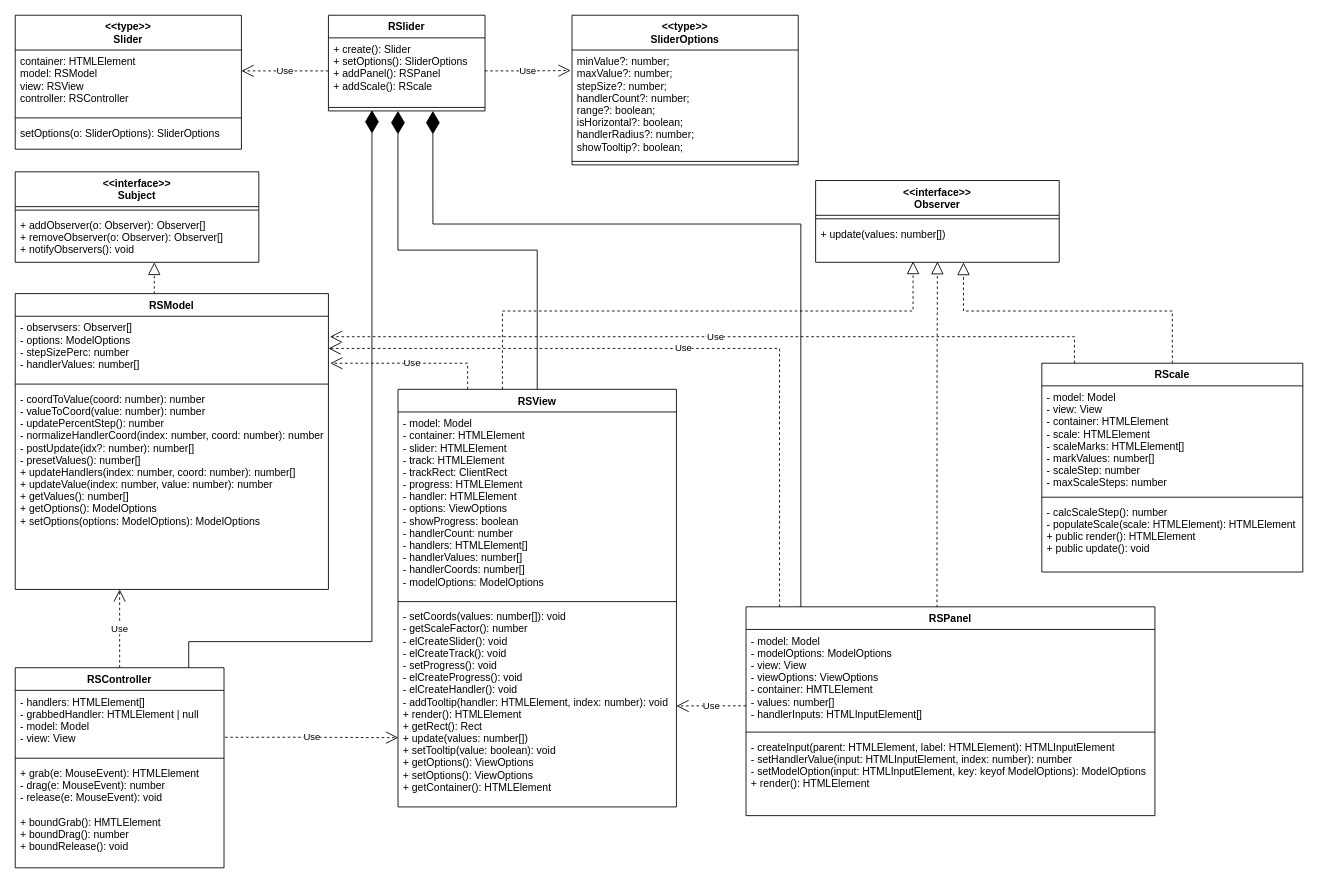
The draw.io diagram fsd4uml.drawio in rsilivestr/FSD4thTask, before the edit. Source tidied: cells renumbered, new cells numbered last; positions are measured from the earlier drawing's top-left corner, leaving out a move shared by most shapes. Both pictures are drawn from the tidied source at 87%, with x=0, y=0 at pixel (15, 15).
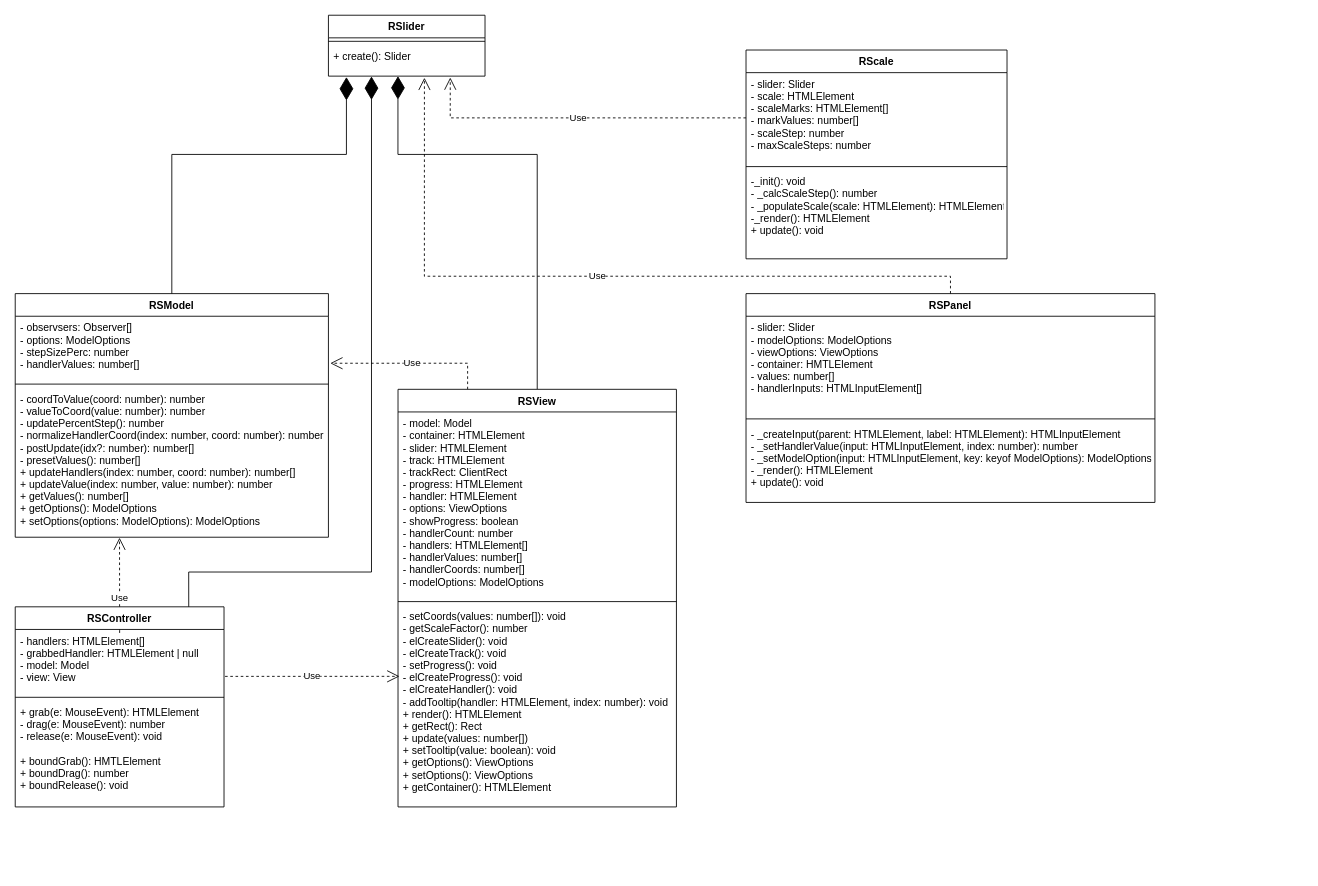
The same diagram, later.

The change refers to these unchanged cells:
```xml
<mxCell id="28" value="- observsers: Observer[]&#10;- options: ModelOptions&#10;- stepSizePerc: number&#10;- handlerValues: number[]" style="text;strokeColor=none;fillColor=none;align=left;verticalAlign=top;spacingLeft=4;spacingRight=4;overflow=hidden;points=[[0,0.5],[1,0.5]];portConstraint=eastwest;" parent="27" vertex="1">
  <mxGeometry y="26" width="360" height="74" as="geometry" />
</mxCell>
<mxCell id="37" value="RSView" style="swimlane;fontStyle=1;align=center;verticalAlign=top;horizontal=1;startSize=26;swimlaneLine=1;glass=0;shadow=0;sketch=0;rounded=0;" parent="1" vertex="1">
  <mxGeometry x="440" y="430" width="320" height="480" as="geometry" />
</mxCell>
<mxCell id="40" value="- setCoords(values: number[]): void&#10;- getScaleFactor(): number&#10;- elCreateSlider(): void&#10;- elCreateTrack(): void&#10;- setProgress(): void&#10;- elCreateProgress(): void&#10;- elCreateHandler(): void&#10;- addTooltip(handler: HTMLElement, index: number): void&#10;+ render(): HTMLElement&#10;+ getRect(): Rect&#10;+ update(values: number[])&#10;+ setTooltip(value: boolean): void&#10;+ getOptions(): ViewOptions&#10;+ setOptions(): ViewOptions&#10;+ getContainer(): HTMLElement&#10;&#10;" style="text;strokeColor=none;fillColor=none;align=left;verticalAlign=top;spacingLeft=4;spacingRight=4;overflow=hidden;points=[[0,0.5],[1,0.5]];portConstraint=eastwest;" parent="37" vertex="1">
  <mxGeometry y="248" width="320" height="232" as="geometry" />
</mxCell>
<mxCell id="42" value="- handlers: HTMLElement[]&#10;- grabbedHandler: HTMLElement | null&#10;- model: Model&#10;- view: View&#10;" style="text;strokeColor=none;fillColor=none;align=left;verticalAlign=top;spacingLeft=4;spacingRight=4;overflow=hidden;points=[[0,0.5],[1,0.5]];portConstraint=eastwest;" parent="41" vertex="1">
  <mxGeometry y="26" width="240" height="74" as="geometry" />
</mxCell>
```

Diff of the diagram source:
```diff
@@
-    <mxCell id="2" style="endArrow=block;dashed=1;endFill=0;endSize=12;html=1;entryX=0.571;entryY=1;entryDx=0;entryDy=0;exitX=0.444;exitY=0.001;exitDx=0;exitDy=0;entryPerimeter=0;exitPerimeter=0;rounded=0;edgeStyle=orthogonalEdgeStyle;" parent="1" edge="1" source="27" target="36">
-      <mxGeometry relative="1" as="geometry">
-        <Array as="points">
-          <mxPoint x="160" y="300" />
-          <mxPoint x="160" y="300" />
-        </Array>
-      </mxGeometry>
-    </mxCell>
-    <mxCell id="3" style="endArrow=block;dashed=1;endFill=0;endSize=12;html=1;exitX=0.5;exitY=0;exitDx=0;exitDy=0;entryX=0.4;entryY=0.978;entryDx=0;entryDy=0;rounded=0;edgeStyle=orthogonalEdgeStyle;entryPerimeter=0;" parent="1" edge="1" source="37" target="33">
-      <mxGeometry relative="1" as="geometry">
-        <Array as="points">
-          <mxPoint x="600" y="440" />
-          <mxPoint x="560" y="440" />
-          <mxPoint x="560" y="340" />
-          <mxPoint x="1032" y="340" />
-        </Array>
-      </mxGeometry>
-    </mxCell>
-    <mxCell id="4" style="endArrow=block;dashed=1;endFill=0;endSize=12;html=1;edgeStyle=orthogonalEdgeStyle;rounded=0;exitX=0.467;exitY=0.003;exitDx=0;exitDy=0;entryX=0.5;entryY=0.983;entryDx=0;entryDy=0;entryPerimeter=0;exitPerimeter=0;" parent="1" edge="1" source="45" target="33">
-      <mxGeometry relative="1" as="geometry">
-        <Array as="points">
-          <mxPoint x="1059" y="440" />
-        </Array>
-      </mxGeometry>
-    </mxCell>
-    <mxCell id="5" style="endArrow=block;dashed=1;endFill=0;endSize=12;html=1;exitX=0.5;exitY=0;exitDx=0;exitDy=0;rounded=0;edgeStyle=orthogonalEdgeStyle;entryX=0.607;entryY=1.004;entryDx=0;entryDy=0;entryPerimeter=0;" parent="1" edge="1" source="49" target="33">
-      <mxGeometry relative="1" as="geometry">
-        <Array as="points">
-          <mxPoint x="1330" y="340" />
-          <mxPoint x="1090" y="340" />
-        </Array>
-      </mxGeometry>
-    </mxCell>
-    <mxCell id="6" value="Use" style="endArrow=open;endSize=12;dashed=1;html=1;exitX=0.5;exitY=0;exitDx=0;exitDy=0;rounded=0;edgeStyle=orthogonalEdgeStyle;" parent="1" edge="1" source="41">
+    <mxCell id="6" value="Use" style="endArrow=open;endSize=12;dashed=1;html=1;exitX=0.5;exitY=0;exitDx=0;exitDy=0;rounded=0;edgeStyle=orthogonalEdgeStyle;entryX=0.333;entryY=1.003;entryDx=0;entryDy=0;entryPerimeter=0;" parent="1" edge="1" source="41" target="30">
       <mxGeometry relative="1" as="geometry">
-        <mxPoint x="120" y="660" as="targetPoint" />
         <Array as="points">
-          <mxPoint x="120" y="660" />
+          <mxPoint x="120" y="710" />
         </Array>
       </mxGeometry>
     </mxCell>
-    <mxCell id="7" value="Use" style="endArrow=open;endSize=12;dashed=1;html=1;edgeStyle=orthogonalEdgeStyle;rounded=0;exitX=1.005;exitY=0.729;exitDx=0;exitDy=0;exitPerimeter=0;entryX=0.001;entryY=0.657;entryDx=0;entryDy=0;entryPerimeter=0;" parent="1" edge="1" source="42" target="40">
+    <mxCell id="7" value="Use" style="endArrow=open;endSize=12;dashed=1;html=1;edgeStyle=orthogonalEdgeStyle;rounded=0;exitX=1.005;exitY=0.729;exitDx=0;exitDy=0;exitPerimeter=0;entryX=0.005;entryY=0.353;entryDx=0;entryDy=0;entryPerimeter=0;" parent="1" edge="1" source="42" target="40">
       <mxGeometry relative="1" as="geometry" />
     </mxCell>
@@
-    <mxCell id="9" value="Use" style="endArrow=open;endSize=12;dashed=1;html=1;exitX=0;exitY=0.77;exitDx=0;exitDy=0;edgeStyle=orthogonalEdgeStyle;rounded=0;exitPerimeter=0;entryX=1;entryY=0.5;entryDx=0;entryDy=0;" parent="1" edge="1" source="46" target="40">
-      <mxGeometry relative="1" as="geometry" />
-    </mxCell>
-    <mxCell id="10" value="Use" style="endArrow=open;endSize=12;dashed=1;html=1;entryX=-0.006;entryY=0.19;entryDx=0;entryDy=0;entryPerimeter=0;exitX=1;exitY=0.5;exitDx=0;exitDy=0;rounded=0;edgeStyle=orthogonalEdgeStyle;" parent="1" edge="1" source="25" target="22">
-      <mxGeometry relative="1" as="geometry" />
-    </mxCell>
-    <mxCell id="11" value="Use" style="endArrow=open;endSize=12;dashed=1;html=1;entryX=1;entryY=0.324;entryDx=0;entryDy=0;exitX=0;exitY=0.5;exitDx=0;exitDy=0;rounded=0;edgeStyle=orthogonalEdgeStyle;entryPerimeter=0;" parent="1" edge="1" source="25" target="18">
-      <mxGeometry relative="1" as="geometry" />
-    </mxCell>
-    <mxCell id="12" value="Use" style="endArrow=open;endSize=12;dashed=1;html=1;exitX=0.125;exitY=0;exitDx=0;exitDy=0;edgeStyle=orthogonalEdgeStyle;rounded=0;entryX=1.005;entryY=0.318;entryDx=0;entryDy=0;entryPerimeter=0;exitPerimeter=0;" parent="1" edge="1" source="49" target="28">
-      <mxGeometry relative="1" as="geometry" />
-    </mxCell>
-    <mxCell id="13" value="Use" style="endArrow=open;endSize=12;dashed=1;html=1;exitX=0.082;exitY=0.001;exitDx=0;exitDy=0;edgeStyle=orthogonalEdgeStyle;rounded=0;exitPerimeter=0;entryX=1;entryY=0.5;entryDx=0;entryDy=0;" parent="1" edge="1" source="45" target="28">
-      <mxGeometry relative="1" as="geometry">
-        <Array as="points">
-          <mxPoint x="879" y="383" />
-        </Array>
-      </mxGeometry>
-    </mxCell>
-    <mxCell id="14" style="endArrow=diamondThin;endFill=1;endSize=24;html=1;exitX=0.831;exitY=0.004;exitDx=0;exitDy=0;exitPerimeter=0;rounded=0;edgeStyle=orthogonalEdgeStyle;entryX=0.278;entryY=0.875;entryDx=0;entryDy=0;entryPerimeter=0;" parent="1" edge="1" source="41" target="26">
+    <mxCell id="14" style="endArrow=diamondThin;endFill=1;endSize=24;html=1;exitX=0.831;exitY=0.004;exitDx=0;exitDy=0;exitPerimeter=0;rounded=0;edgeStyle=orthogonalEdgeStyle;entryX=0.275;entryY=1.009;entryDx=0;entryDy=0;entryPerimeter=0;" parent="1" edge="1" source="41" target="25">
       <mxGeometry relative="1" as="geometry">
         <Array as="points">
-          <mxPoint x="199" y="720" />
-          <mxPoint x="410" y="720" />
+          <mxPoint x="199" y="640" />
+          <mxPoint x="410" y="640" />
         </Array>
       </mxGeometry>
     </mxCell>
-    <mxCell id="15" style="endArrow=diamondThin;endFill=1;endSize=24;html=1;exitX=0.5;exitY=0;exitDx=0;exitDy=0;edgeStyle=orthogonalEdgeStyle;rounded=0;entryX=0.444;entryY=1;entryDx=0;entryDy=0;entryPerimeter=0;" parent="1" edge="1" source="37" target="26">
-      <mxGeometry relative="1" as="geometry" />
+    <mxCell id="15" style="endArrow=diamondThin;endFill=1;endSize=24;html=1;exitX=0.5;exitY=0;exitDx=0;exitDy=0;edgeStyle=orthogonalEdgeStyle;rounded=0;entryX=0.444;entryY=1;entryDx=0;entryDy=0;entryPerimeter=0;" parent="1" edge="1" source="37" target="25">
+      <mxGeometry relative="1" as="geometry">
+        <Array as="points">
+          <mxPoint x="600" y="160" />
+          <mxPoint x="440" y="160" />
+        </Array>
+      </mxGeometry>
     </mxCell>
-    <mxCell id="16" style="endArrow=diamondThin;endFill=1;endSize=24;html=1;exitX=0.131;exitY=-0.002;exitDx=0;exitDy=0;exitPerimeter=0;edgeStyle=orthogonalEdgeStyle;rounded=0;entryX=0.667;entryY=1;entryDx=0;entryDy=0;entryPerimeter=0;" parent="1" edge="1" source="45" target="26">
-      <mxGeometry relative="1" as="geometry">
-        <Array as="points">
-          <mxPoint x="903" y="240" />
-          <mxPoint x="480" y="240" />
-        </Array>
-      </mxGeometry>
-    </mxCell>
-    <mxCell id="17" value="&lt;&lt;type&gt;&gt;&#10;Slider" style="swimlane;fontStyle=1;align=center;verticalAlign=top;horizontal=1;startSize=40;swimlaneLine=1;glass=0;shadow=0;sketch=0;rounded=0;" parent="1" vertex="1">
-      <mxGeometry width="260" height="154" as="geometry" />
-    </mxCell>
-    <mxCell id="18" value="container: HTMLElement&#10;model: RSModel&#10;view: RSView&#10;controller: RSController" style="text;strokeColor=none;fillColor=none;align=left;verticalAlign=top;spacingLeft=4;spacingRight=4;overflow=hidden;points=[[0,0.5],[1,0.5]];portConstraint=eastwest;" parent="17" vertex="1">
-      <mxGeometry y="40" width="260" height="74" as="geometry" />
-    </mxCell>
-    <mxCell id="19" style="line;strokeWidth=1;fillColor=none;align=left;verticalAlign=middle;spacingTop=-1;spacingLeft=3;spacingRight=3;labelPosition=right;" parent="17" vertex="1">
-      <mxGeometry y="114" width="260" height="8" as="geometry" />
-    </mxCell>
-    <mxCell id="20" value="setOptions(o: SliderOptions): SliderOptions" style="text;strokeColor=none;fillColor=none;align=left;verticalAlign=top;spacingLeft=4;spacingRight=4;overflow=hidden;" parent="17" vertex="1">
-      <mxGeometry y="122" width="260" height="32" as="geometry" />
-    </mxCell>
-    <mxCell id="21" value="&lt;&lt;type&gt;&gt;&#10;SliderOptions" style="swimlane;fontStyle=1;align=center;verticalAlign=top;horizontal=1;startSize=40;swimlaneLine=1;glass=0;shadow=0;sketch=0;rounded=0;" parent="1" vertex="1">
-      <mxGeometry x="640" width="260" height="172" as="geometry" />
-    </mxCell>
-    <mxCell id="22" value="minValue?: number;&#10;maxValue?: number;&#10;stepSize?: number;&#10;handlerCount?: number;&#10;range?: boolean;&#10;isHorizontal?: boolean;&#10;handlerRadius?: number;&#10;showTooltip?: boolean;" style="text;strokeColor=none;fillColor=none;align=left;verticalAlign=top;spacingLeft=4;spacingRight=4;overflow=hidden;points=[[0,0.5],[1,0.5]];portConstraint=eastwest;" parent="21" vertex="1">
-      <mxGeometry y="40" width="260" height="124" as="geometry" />
-    </mxCell>
-    <mxCell id="23" style="line;strokeWidth=1;fillColor=none;align=left;verticalAlign=middle;spacingTop=-1;spacingLeft=3;spacingRight=3;labelPosition=right;" parent="21" vertex="1">
-      <mxGeometry y="164" width="260" height="8" as="geometry" />
-    </mxCell>
     <mxCell id="24" value="RSlider" style="swimlane;fontStyle=1;align=center;verticalAlign=top;horizontal=1;startSize=26;swimlaneLine=1;glass=0;shadow=0;sketch=0;rounded=0;" parent="1" vertex="1">
-      <mxGeometry x="360" width="180" height="110" as="geometry" />
+      <mxGeometry x="360" width="180" height="70" as="geometry" />
     </mxCell>
+    <mxCell id="26" style="line;strokeWidth=1;fillColor=none;align=left;verticalAlign=middle;spacingTop=-1;spacingLeft=3;spacingRight=3;labelPosition=right;points=[];portConstraint=eastwest;" parent="24" vertex="1">
+      <mxGeometry y="26" width="180" height="8" as="geometry" />
+    </mxCell>
-    <mxCell id="25" value="+ create(): Slider&#10;+ setOptions(): SliderOptions&#10;+ addPanel(): RSPanel&#10;+ addScale(): RScale" style="text;strokeColor=none;fillColor=none;align=left;verticalAlign=top;spacingLeft=4;spacingRight=4;overflow=hidden;points=[[0,0.5],[1,0.5]];portConstraint=eastwest;" parent="24" vertex="1">
-      <mxGeometry y="26" width="180" height="76" as="geometry" />
+    <mxCell id="25" value="+ create(): Slider" style="text;strokeColor=none;fillColor=none;align=left;verticalAlign=top;spacingLeft=4;spacingRight=4;overflow=hidden;points=[[0,0.5],[1,0.5]];portConstraint=eastwest;" parent="24" vertex="1">
+      <mxGeometry y="34" width="180" height="36" as="geometry" />
     </mxCell>
-    <mxCell id="26" style="line;strokeWidth=1;fillColor=none;align=left;verticalAlign=middle;spacingTop=-1;spacingLeft=3;spacingRight=3;labelPosition=right;points=[];portConstraint=eastwest;" parent="24" vertex="1">
-      <mxGeometry y="102" width="180" height="8" as="geometry" />
-    </mxCell>
     <mxCell id="27" value="RSModel" style="swimlane;fontStyle=1;align=center;verticalAlign=top;horizontal=1;startSize=26;swimlaneLine=1;glass=0;shadow=0;sketch=0;rounded=0;" parent="1" vertex="1">
-      <mxGeometry y="320" width="360" height="340" as="geometry" />
+      <mxGeometry y="320" width="360" height="280" as="geometry" />
     </mxCell>
@@
     <mxCell id="30" value="- coordToValue(coord: number): number&#10;- valueToCoord(value: number): number&#10;- updatePercentStep(): number&#10;- normalizeHandlerCoord(index: number, coord: number): number&#10;- postUpdate(idx?: number): number[]&#10;- presetValues(): number[]&#10;+ updateHandlers(index: number, coord: number): number[]&#10;+ updateValue(index: number, value: number): number&#10;+ getValues(): number[]&#10;+ getOptions(): ModelOptions&#10;+ setOptions(options: ModelOptions): ModelOptions&#10;&#10;" style="text;strokeColor=none;fillColor=none;align=left;verticalAlign=top;spacingLeft=4;spacingRight=4;overflow=hidden;points=[[0,0.5],[1,0.5]];portConstraint=eastwest;" parent="27" vertex="1">
-      <mxGeometry y="108" width="360" height="232" as="geometry" />
+      <mxGeometry y="108" width="360" height="172" as="geometry" />
     </mxCell>
-    <mxCell id="31" value="&lt;&lt;interface&gt;&gt;&#10;Observer" style="swimlane;fontStyle=1;align=center;verticalAlign=top;horizontal=1;startSize=40;swimlaneLine=1;glass=0;shadow=0;sketch=0;rounded=0;" parent="1" vertex="1">
-      <mxGeometry x="920" y="190" width="280" height="94" as="geometry" />
-    </mxCell>
-    <mxCell id="32" style="line;strokeWidth=1;fillColor=none;align=left;verticalAlign=middle;spacingTop=-1;spacingLeft=3;spacingRight=3;labelPosition=right;" parent="31" vertex="1">
-      <mxGeometry y="40" width="280" height="8" as="geometry" />
-    </mxCell>
-    <mxCell id="33" value="+ update(values: number[])" style="text;strokeColor=none;fillColor=none;align=left;verticalAlign=top;spacingLeft=4;spacingRight=4;overflow=hidden;points=[[0,0.5],[1,0.5]];portConstraint=eastwest;" parent="31" vertex="1">
-      <mxGeometry y="48" width="280" height="46" as="geometry" />
-    </mxCell>
-    <mxCell id="34" value="&lt;&lt;interface&gt;&gt;&#10;Subject" style="swimlane;fontStyle=1;align=center;verticalAlign=top;horizontal=1;startSize=40;swimlaneLine=1;glass=0;shadow=0;sketch=0;rounded=0;" parent="1" vertex="1">
-      <mxGeometry y="180" width="280" height="104" as="geometry" />
-    </mxCell>
-    <mxCell id="35" style="line;strokeWidth=1;fillColor=none;align=left;verticalAlign=middle;spacingTop=-1;spacingLeft=3;spacingRight=3;labelPosition=right;" parent="34" vertex="1">
-      <mxGeometry y="40" width="280" height="8" as="geometry" />
-    </mxCell>
-    <mxCell id="36" value="+ addObserver(o: Observer): Observer[]&#10;+ removeObserver(o: Observer): Observer[]&#10;+ notifyObservers(): void&#10;" style="text;strokeColor=none;fillColor=none;align=left;verticalAlign=top;spacingLeft=4;spacingRight=4;overflow=hidden;points=[[0,0.5],[1,0.5]];portConstraint=eastwest;" parent="34" vertex="1">
-      <mxGeometry y="48" width="280" height="56" as="geometry" />
-    </mxCell>
@@
     <mxCell id="41" value="RSController" style="swimlane;fontStyle=1;align=center;verticalAlign=top;horizontal=1;startSize=26;swimlaneLine=1;glass=0;shadow=0;sketch=0;rounded=0;" parent="1" vertex="1">
-      <mxGeometry y="750" width="240" height="230" as="geometry" />
+      <mxGeometry y="680" width="240" height="230" as="geometry" />
     </mxCell>
@@
     <mxCell id="45" value="RSPanel" style="swimlane;fontStyle=1;align=center;verticalAlign=top;horizontal=1;startSize=26;swimlaneLine=1;glass=0;shadow=0;sketch=0;rounded=0;" parent="1" vertex="1">
-      <mxGeometry x="840" y="680" width="470" height="240" as="geometry" />
+      <mxGeometry x="840" y="320" width="470" height="240" as="geometry" />
     </mxCell>
-    <mxCell id="46" value="- model: Model&#10;- modelOptions: ModelOptions&#10;- view: View&#10;- viewOptions: ViewOptions&#10;- container: HMTLElement&#10;- values: number[]&#10;- handlerInputs: HTMLInputElement[]&#10;" style="text;strokeColor=none;fillColor=none;align=left;verticalAlign=top;spacingLeft=4;spacingRight=4;overflow=hidden;points=[[0,0.5],[1,0.5]];portConstraint=eastwest;" parent="45" vertex="1">
+    <mxCell id="46" value="- slider: Slider&#10;- modelOptions: ModelOptions&#10;- viewOptions: ViewOptions&#10;- container: HMTLElement&#10;- values: number[]&#10;- handlerInputs: HTMLInputElement[]&#10;" style="text;strokeColor=none;fillColor=none;align=left;verticalAlign=top;spacingLeft=4;spacingRight=4;overflow=hidden;points=[[0,0.5],[1,0.5]];portConstraint=eastwest;" parent="45" vertex="1">
       <mxGeometry y="26" width="470" height="114" as="geometry" />
     </mxCell>
@@
-    <mxCell id="48" value="- createInput(parent: HTMLElement, label: HTMLElement): HTMLInputElement&#10;- setHandlerValue(input: HTMLInputElement, index: number): number&#10;- setModelOption(input: HTMLInputElement, key: keyof ModelOptions): ModelOptions&#10;+ render(): HTMLElement&#10;" style="text;strokeColor=none;fillColor=none;align=left;verticalAlign=top;spacingLeft=4;spacingRight=4;overflow=hidden;" parent="45" vertex="1">
+    <mxCell id="48" value="- _createInput(parent: HTMLElement, label: HTMLElement): HTMLInputElement&#10;- _setHandlerValue(input: HTMLInputElement, index: number): number&#10;- _setModelOption(input: HTMLInputElement, key: keyof ModelOptions): ModelOptions&#10;- _render(): HTMLElement&#10;+ update(): void&#10;&#10;" style="text;strokeColor=none;fillColor=none;align=left;verticalAlign=top;spacingLeft=4;spacingRight=4;overflow=hidden;" parent="45" vertex="1">
       <mxGeometry y="148" width="470" height="92" as="geometry" />
     </mxCell>
     <mxCell id="49" value="RScale" style="swimlane;fontStyle=1;align=center;verticalAlign=top;horizontal=1;startSize=26;swimlaneLine=1;glass=0;shadow=0;sketch=0;rounded=0;" parent="1" vertex="1">
-      <mxGeometry x="1180" y="400" width="300" height="240" as="geometry" />
+      <mxGeometry x="840" y="40" width="300" height="240" as="geometry" />
     </mxCell>
-    <mxCell id="50" value="- model: Model&#10;- view: View&#10;- container: HTMLElement&#10;- scale: HTMLElement&#10;- scaleMarks: HTMLElement[]&#10;- markValues: number[]&#10;- scaleStep: number&#10;- maxScaleSteps: number&#10;" style="text;strokeColor=none;fillColor=none;align=left;verticalAlign=top;spacingLeft=4;spacingRight=4;overflow=hidden;points=[[0,0.5],[1,0.5]];portConstraint=eastwest;" parent="49" vertex="1">
-      <mxGeometry y="26" width="300" height="124" as="geometry" />
+    <mxCell id="50" value="- slider: Slider&#10;- scale: HTMLElement&#10;- scaleMarks: HTMLElement[]&#10;- markValues: number[]&#10;- scaleStep: number&#10;- maxScaleSteps: number&#10;" style="text;strokeColor=none;fillColor=none;align=left;verticalAlign=top;spacingLeft=4;spacingRight=4;overflow=hidden;points=[[0,0.5],[1,0.5]];portConstraint=eastwest;" parent="49" vertex="1">
+      <mxGeometry y="26" width="300" height="104" as="geometry" />
     </mxCell>
     <mxCell id="51" style="line;strokeWidth=1;fillColor=none;align=left;verticalAlign=middle;spacingTop=-1;spacingLeft=3;spacingRight=3;labelPosition=right;" parent="49" vertex="1">
-      <mxGeometry y="150" width="300" height="8" as="geometry" />
+      <mxGeometry y="130" width="300" height="8" as="geometry" />
     </mxCell>
-    <mxCell id="52" value="- calcScaleStep(): number&#10;- populateScale(scale: HTMLElement): HTMLElement&#10;+ public render(): HTMLElement&#10;+ public update(): void&#10;" style="text;strokeColor=none;fillColor=none;align=left;verticalAlign=top;spacingLeft=4;spacingRight=4;overflow=hidden;" parent="49" vertex="1">
-      <mxGeometry y="158" width="300" height="82" as="geometry" />
+    <mxCell id="52" value="-_init(): void&#10;- _calcScaleStep(): number&#10;- _populateScale(scale: HTMLElement): HTMLElement&#10;-_render(): HTMLElement&#10;+ update(): void&#10;" style="text;strokeColor=none;fillColor=none;align=left;verticalAlign=top;spacingLeft=4;spacingRight=4;overflow=hidden;" parent="49" vertex="1">
+      <mxGeometry y="138" width="300" height="102" as="geometry" />
     </mxCell>
+    <mxCell id="53" style="endArrow=diamondThin;endFill=1;endSize=24;html=1;rounded=0;edgeStyle=orthogonalEdgeStyle;entryX=0.115;entryY=1.029;entryDx=0;entryDy=0;entryPerimeter=0;exitX=0.5;exitY=0;exitDx=0;exitDy=0;" parent="1" edge="1" source="27" target="25">
+      <mxGeometry relative="1" as="geometry">
+        <Array as="points">
+          <mxPoint x="180" y="160" />
+          <mxPoint x="381" y="160" />
+          <mxPoint x="381" y="71" />
+        </Array>
+      </mxGeometry>
+    </mxCell>
+    <mxCell id="54" value="Use" style="endArrow=open;endSize=12;dashed=1;html=1;exitX=0.5;exitY=0;exitDx=0;exitDy=0;entryX=0.613;entryY=1.052;entryDx=0;entryDy=0;entryPerimeter=0;edgeStyle=orthogonalEdgeStyle;rounded=0;" parent="1" edge="1" source="45" target="25">
+      <mxGeometry relative="1" as="geometry">
+        <Array as="points">
+          <mxPoint x="1075" y="300" />
+          <mxPoint x="470" y="300" />
+        </Array>
+      </mxGeometry>
+    </mxCell>
+    <mxCell id="55" value="Use" style="endArrow=open;endSize=12;dashed=1;html=1;exitX=0;exitY=0.5;exitDx=0;exitDy=0;entryX=0.778;entryY=1.045;entryDx=0;entryDy=0;entryPerimeter=0;rounded=0;edgeStyle=orthogonalEdgeStyle;" parent="1" edge="1" source="50" target="25">
+      <mxGeometry relative="1" as="geometry">
+        <Array as="points">
+          <mxPoint x="500" y="118" />
+        </Array>
+      </mxGeometry>
+    </mxCell>
```
